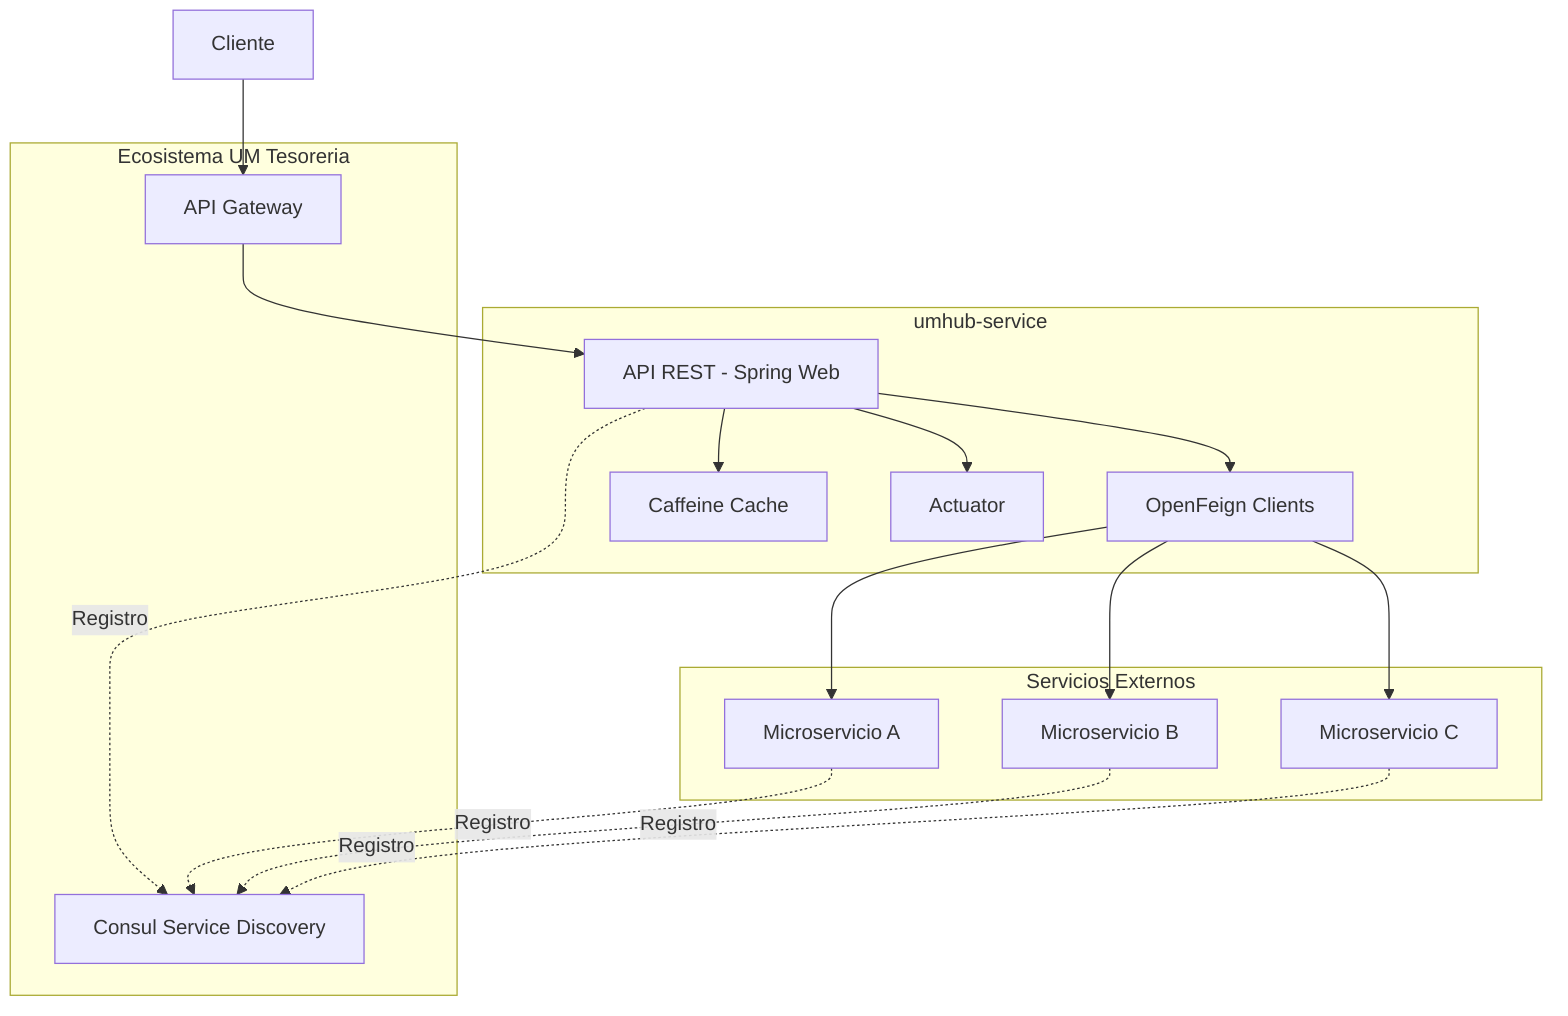
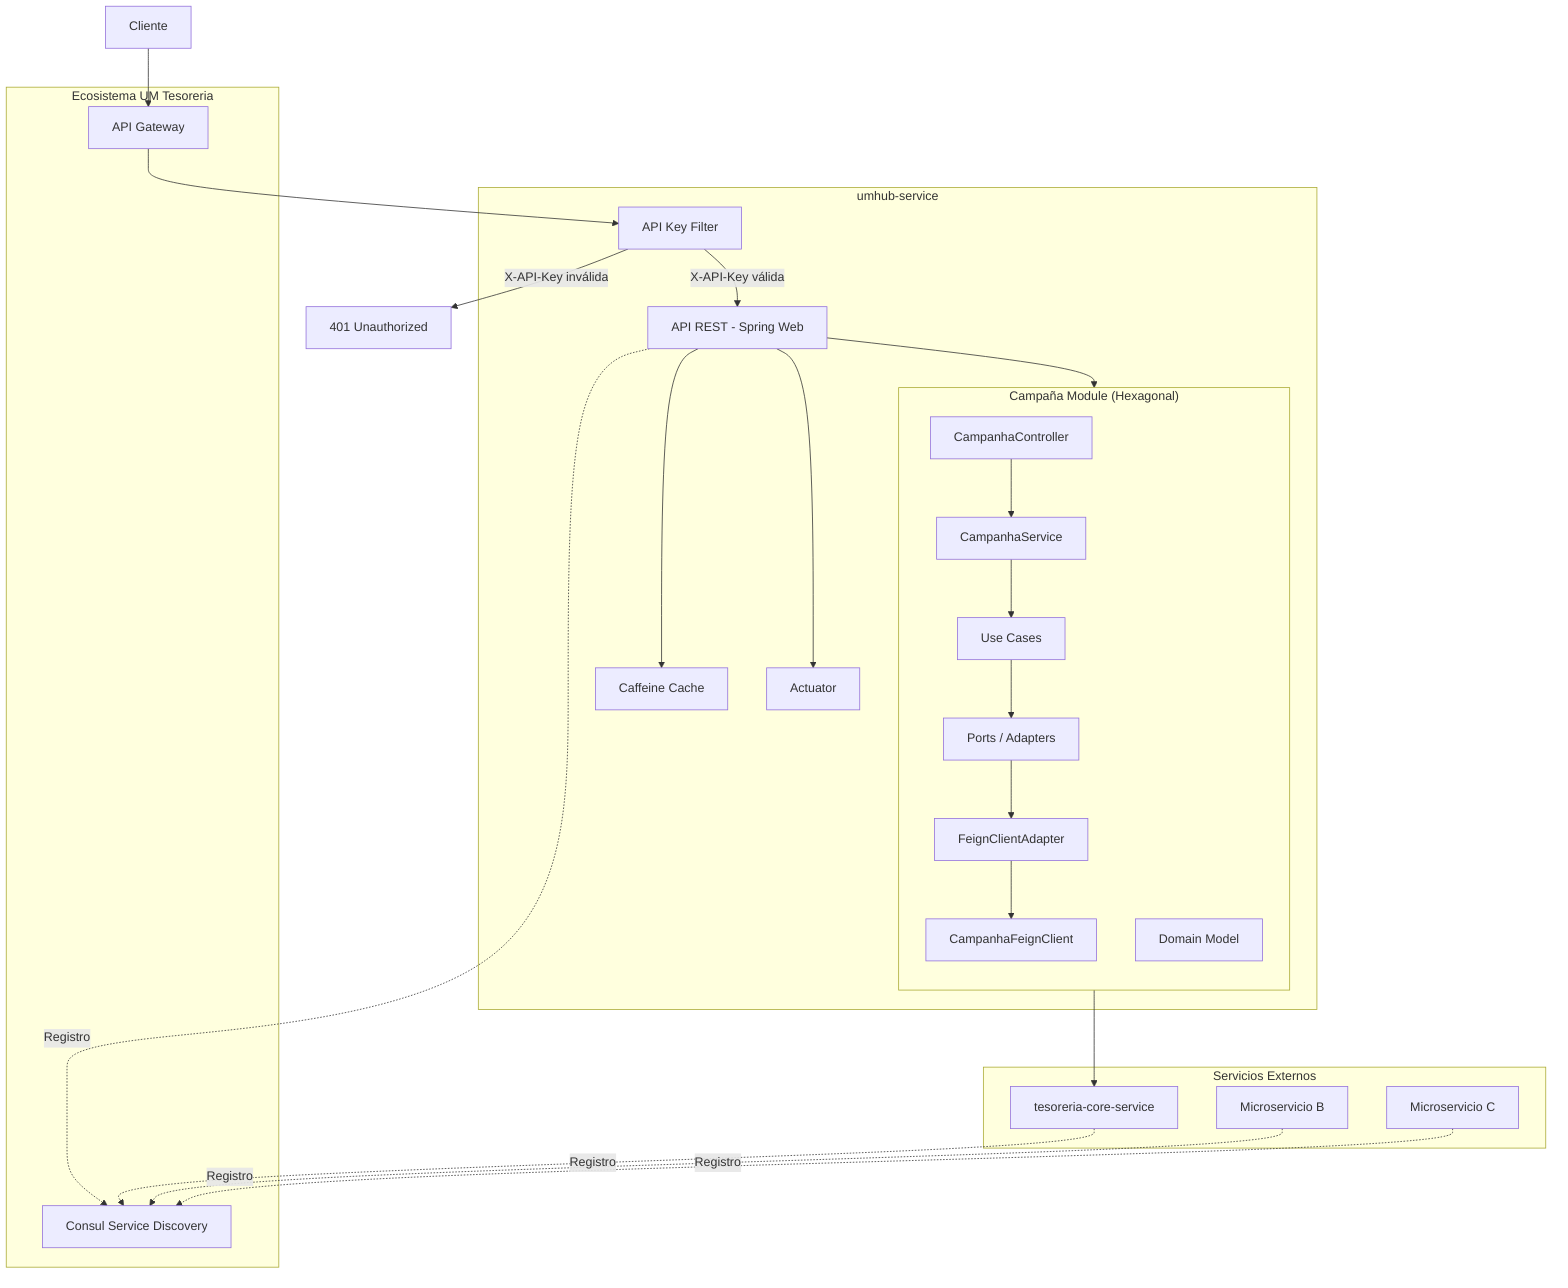
```mermaid
graph TD
    subgraph "Ecosistema UM Tesoreria"
        GW[API Gateway]
        CONSUL[Consul Service Discovery]
    end

    subgraph "umhub-service"
+         AKF[API Key Filter]
        REST[API REST - Spring Web]
-         FEIGN[OpenFeign Clients]
+ 
+         subgraph "Campaña Module (Hexagonal)"
+             direction TB
+             CTRL[CampanhaController]
+             SVC[CampanhaService]
+             UC[Use Cases]
+             DOM[Domain Model]
+             PORT[Ports / Adapters]
+             FEIGN[CampanhaFeignClient]
+             ADAPT[FeignClientAdapter]
+         end
+ 
        CACHE[Caffeine Cache]
        ACT[Actuator]
    end

    subgraph "Servicios Externos"
-         SVC1[Microservicio A]
+         CORE[tesoreria-core-service]
        SVC2[Microservicio B]
        SVC3[Microservicio C]
    end

    CLIENT[Cliente] --> GW
-     GW --> REST
-     REST --> FEIGN
-     FEIGN --> SVC1
-     FEIGN --> SVC2
-     FEIGN --> SVC3
+     GW --> AKF
+     AKF -->|X-API-Key válida| REST
+     AKF -->|X-API-Key inválida| REJ[401 Unauthorized]
+     REST --> CTRL
+     CTRL --> SVC
+     SVC --> UC
+     UC --> PORT
+     PORT --> ADAPT
+     ADAPT --> FEIGN
+     FEIGN --> CORE
    REST --> CACHE
    REST --> ACT

    REST -.->|Registro| CONSUL
-     SVC1 -.->|Registro| CONSUL
+     CORE -.->|Registro| CONSUL
    SVC2 -.->|Registro| CONSUL
    SVC3 -.->|Registro| CONSUL
- ```